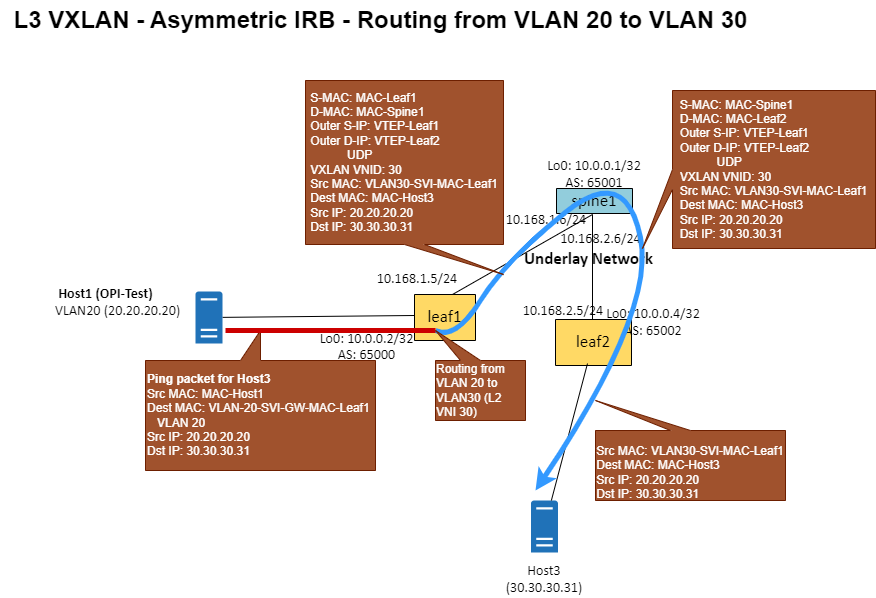
Before: OPI-EVPN-L3-Asymmetric-IRB.png, a diagram exported from draw.io (opiproject/opi-evpn-bridge). Source tidied: cells renumbered, new cells last; positions are measured from the earlier drawing's top-left corner, leaving out a move shared by most shapes.
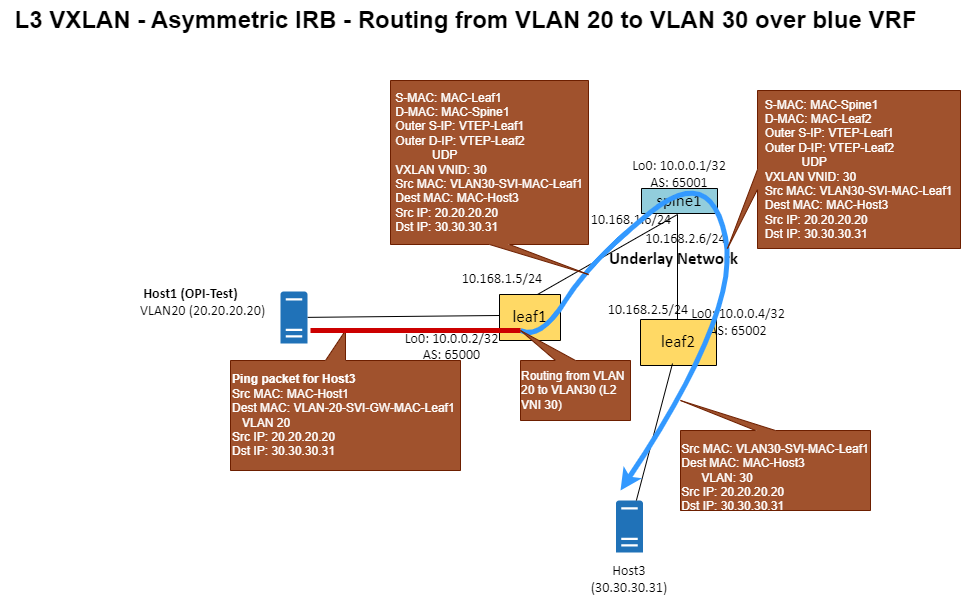
The same file after the commit.

Diff of the diagram source:
```diff
@@ -2,8 +2,8 @@
   <root>
     <mxCell id="0" />
     <mxCell id="1" parent="0" />
-    <mxCell id="2" value="&lt;font style=&quot;font-size: 24px;&quot;&gt;&lt;b&gt;L3 VXLAN - Asymmetric IRB - Routing from VLAN 20 to VLAN 30&lt;/b&gt;&lt;/font&gt;" style="text;html=1;align=center;verticalAlign=middle;strokeColor=none;fillColor=none;" parent="1" vertex="1">
-      <mxGeometry width="760" height="40" as="geometry" />
+    <mxCell id="2" value="&lt;font style=&quot;font-size: 24px;&quot;&gt;&lt;b&gt;L3 VXLAN - Asymmetric IRB - Routing from VLAN 20 to VLAN 30 over blue VRF&lt;/b&gt;&lt;/font&gt;" style="text;html=1;align=center;verticalAlign=middle;strokeColor=none;fillColor=none;" parent="1" vertex="1">
+      <mxGeometry x="-85" width="930" height="40" as="geometry" />
     </mxCell>
     <mxCell id="3" value="&lt;div style=&quot;font-size: 1px&quot;&gt;&lt;font style=&quot;font-size:16.93px;font-family:Calibri;color:#000000;direction:ltr;letter-spacing:0px;line-height:120%;opacity:1&quot;&gt;spine1&lt;br/&gt;&lt;/font&gt;&lt;/div&gt;" style="verticalAlign=middle;align=center;overflow=width;vsdxID=1;fillColor=#92cddc;gradientColor=none;shape=(stored shape, 160 characters);labelBackgroundColor=none;rounded=0;html=1;whiteSpace=wrap;" parent="1" vertex="1">
       <mxGeometry x="556" y="188" width="76" height="25" as="geometry" />
@@ -88,8 +88,8 @@
     <mxCell id="24" value="&lt;div style=&quot;border-color: var(--border-color); text-align: left;&quot;&gt;&lt;div style=&quot;border-color: var(--border-color);&quot;&gt;S-MAC: MAC-Leaf1&lt;/div&gt;&lt;div style=&quot;border-color: var(--border-color);&quot;&gt;D-MAC: MAC-Spine1&lt;/div&gt;&lt;div style=&quot;border-color: var(--border-color);&quot;&gt;Outer S-IP: VTEP-Leaf1&lt;/div&gt;&lt;div style=&quot;border-color: var(--border-color);&quot;&gt;Outer D-IP: VTEP-Leaf2&lt;/div&gt;&lt;div style=&quot;border-color: var(--border-color);&quot;&gt;&amp;nbsp; &amp;nbsp; &amp;nbsp; &amp;nbsp; &amp;nbsp; &amp;nbsp;UDP&lt;/div&gt;&lt;div style=&quot;border-color: var(--border-color);&quot;&gt;VXLAN VNID: 30&lt;/div&gt;&lt;div style=&quot;border-color: var(--border-color);&quot;&gt;Src MAC: VLAN30-SVI-MAC-Leaf1&lt;/div&gt;&lt;div style=&quot;border-color: var(--border-color);&quot;&gt;Dest MAC: MAC-Host3&lt;/div&gt;&lt;div style=&quot;border-color: var(--border-color);&quot;&gt;Src IP: 20.20.20.20&lt;/div&gt;&lt;div style=&quot;border-color: var(--border-color);&quot;&gt;Dst IP: 30.30.30.31&lt;/div&gt;&lt;/div&gt;" style="shape=callout;whiteSpace=wrap;html=1;perimeter=calloutPerimeter;position2=1;fillStyle=auto;fillColor=#a0522d;strokeColor=#6D1F00;fontColor=#ffffff;" parent="1" vertex="1">
       <mxGeometry x="305" y="80" width="198" height="194" as="geometry" />
     </mxCell>
-    <mxCell id="25" value="&lt;div style=&quot;border-color: var(--border-color); text-align: left;&quot;&gt;&lt;br&gt;&lt;/div&gt;&lt;div style=&quot;border-color: var(--border-color); text-align: left;&quot;&gt;&lt;span style=&quot;background-color: initial;&quot;&gt;Src MAC: VLAN30-SVI-MAC-Leaf1&lt;/span&gt;&lt;br&gt;&lt;/div&gt;&lt;div style=&quot;border-color: var(--border-color); text-align: left;&quot;&gt;Dest MAC: MAC-Host3&lt;/div&gt;&lt;div style=&quot;border-color: var(--border-color); text-align: left;&quot;&gt;Src IP: 20.20.20.20&lt;/div&gt;&lt;div style=&quot;border-color: var(--border-color); text-align: left;&quot;&gt;Dst IP: 30.30.30.31&lt;/div&gt;" style="shape=callout;whiteSpace=wrap;html=1;perimeter=calloutPerimeter;position2=1;direction=west;fillColor=#a0522d;fontColor=#ffffff;strokeColor=#6D1F00;" parent="1" vertex="1">
-      <mxGeometry x="595" y="400" width="190" height="100" as="geometry" />
+    <mxCell id="25" value="&lt;div style=&quot;border-color: var(--border-color); text-align: left;&quot;&gt;&lt;br&gt;&lt;/div&gt;&lt;div style=&quot;border-color: var(--border-color); text-align: left;&quot;&gt;&lt;span style=&quot;background-color: initial;&quot;&gt;Src MAC: VLAN30-SVI-MAC-Leaf1&lt;/span&gt;&lt;br&gt;&lt;/div&gt;&lt;div style=&quot;border-color: var(--border-color); text-align: left;&quot;&gt;Dest MAC: MAC-Host3&lt;br&gt;&amp;nbsp; &amp;nbsp; &amp;nbsp; VLAN: 30&lt;/div&gt;&lt;div style=&quot;border-color: var(--border-color); text-align: left;&quot;&gt;Src IP: 20.20.20.20&lt;/div&gt;&lt;div style=&quot;border-color: var(--border-color); text-align: left;&quot;&gt;Dst IP: 30.30.30.31&lt;/div&gt;" style="shape=callout;whiteSpace=wrap;html=1;perimeter=calloutPerimeter;position2=1;direction=west;fillColor=#a0522d;fontColor=#ffffff;strokeColor=#6D1F00;" parent="1" vertex="1">
+      <mxGeometry x="595" y="400" width="190" height="110" as="geometry" />
     </mxCell>
     <mxCell id="26" value="&lt;div style=&quot;border-color: var(--border-color); text-align: left;&quot;&gt;&lt;div style=&quot;border-color: var(--border-color);&quot;&gt;S-MAC: MAC-Spine1&lt;/div&gt;&lt;div style=&quot;border-color: var(--border-color);&quot;&gt;D-MAC: MAC-Leaf2&lt;/div&gt;&lt;div style=&quot;border-color: var(--border-color);&quot;&gt;Outer S-IP: VTEP-Leaf1&lt;/div&gt;&lt;div style=&quot;border-color: var(--border-color);&quot;&gt;Outer D-IP: VTEP-Leaf2&lt;/div&gt;&lt;div style=&quot;border-color: var(--border-color);&quot;&gt;&amp;nbsp; &amp;nbsp; &amp;nbsp; &amp;nbsp; &amp;nbsp; &amp;nbsp;UDP&lt;/div&gt;&lt;div style=&quot;border-color: var(--border-color);&quot;&gt;VXLAN VNID: 30&lt;/div&gt;&lt;div style=&quot;border-color: var(--border-color);&quot;&gt;Src MAC:&amp;nbsp;VLAN30-SVI-MAC-Leaf1&lt;/div&gt;&lt;div style=&quot;border-color: var(--border-color);&quot;&gt;Dest MAC: MAC-Host3&lt;/div&gt;&lt;div style=&quot;border-color: var(--border-color);&quot;&gt;Src IP: 20.20.20.20&lt;/div&gt;&lt;div style=&quot;border-color: var(--border-color);&quot;&gt;Dst IP: 30.30.30.31&lt;/div&gt;&lt;/div&gt;" style="shape=callout;whiteSpace=wrap;html=1;perimeter=calloutPerimeter;position2=1;fillStyle=auto;fillColor=#a0522d;strokeColor=#6D1F00;fontColor=#ffffff;direction=south;" parent="1" vertex="1">
       <mxGeometry x="642" y="90" width="233" height="158" as="geometry" />
@@ -100,7 +100,7 @@
       </mxGeometry>
     </mxCell>
     <mxCell id="28" value="&lt;div style=&quot;border-color: var(--border-color); text-align: left;&quot;&gt;Routing from VLAN 20 to VLAN30&amp;nbsp;(L2 VNI 30)&lt;/div&gt;" style="shape=callout;whiteSpace=wrap;html=1;perimeter=calloutPerimeter;position2=1;direction=west;fillColor=#a0522d;fontColor=#ffffff;strokeColor=#6D1F00;" parent="1" vertex="1">
-      <mxGeometry x="435" y="330" width="90" height="90" as="geometry" />
+      <mxGeometry x="435" y="330" width="110" height="90" as="geometry" />
     </mxCell>
   </root>
 </mxGraphModel>
```
